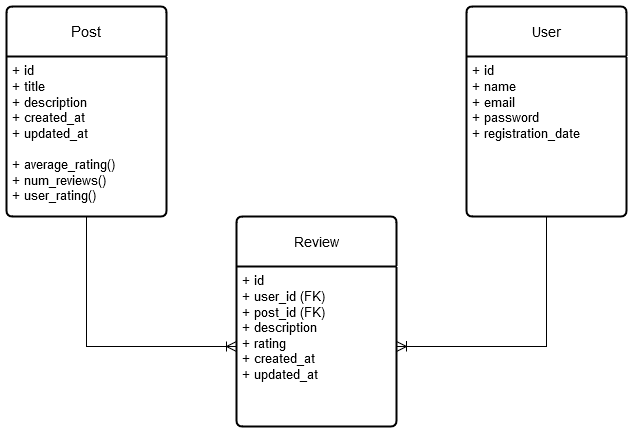
Mohta3b/Commentary-System-using-DRF keeps this draw.io diagram as Documents/pics/model-entity.png. Above is the earlier version. Source tidied: cells renumbered, new cells last; positions are measured from the earlier drawing's top-left corner, leaving out a move shared by most shapes.
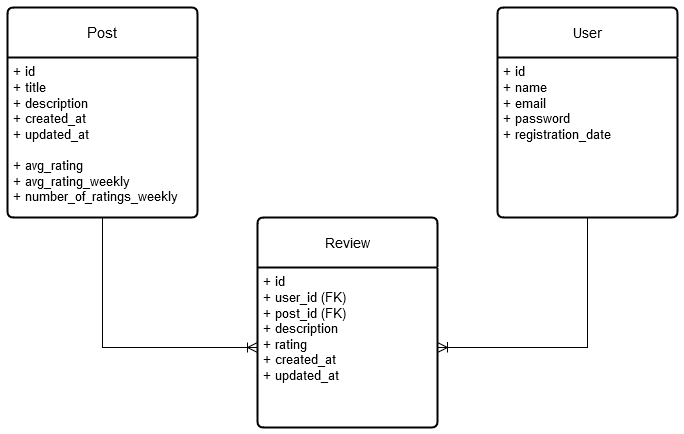
The same file after the commit.

The edit, as a diff of the source:
```diff
@@ -3,22 +3,22 @@
     <mxCell id="0" />
     <mxCell id="1" parent="0" />
     <mxCell id="2" value="&lt;font style=&quot;font-size: 15px;&quot;&gt;Post&lt;/font&gt;" style="swimlane;horizontal=1;startSize=50;rounded=1;fontSize=14;fontStyle=0;strokeWidth=2;shadow=0;dashed=0;align=center;arcSize=4;whiteSpace=wrap;html=1;" parent="1" vertex="1">
-      <mxGeometry width="160" height="210" as="geometry" />
+      <mxGeometry x="-30" width="190" height="210" as="geometry" />
     </mxCell>
-    <mxCell id="3" value="&lt;font style=&quot;font-size: 13px;&quot;&gt;+ id&lt;br&gt;+ title&lt;br&gt;&lt;/font&gt;&lt;div&gt;&lt;font style=&quot;font-size: 13px;&quot;&gt;+ description&lt;/font&gt;&lt;/div&gt;&lt;div&gt;&lt;font style=&quot;font-size: 13px;&quot;&gt;+ created_at&lt;/font&gt;&lt;/div&gt;&lt;div&gt;&lt;font style=&quot;font-size: 13px;&quot;&gt;+ updated_at&lt;/font&gt;&lt;/div&gt;&lt;div&gt;&lt;font style=&quot;font-size: 13px;&quot;&gt;&lt;br&gt;&lt;/font&gt;&lt;/div&gt;&lt;div&gt;&lt;font style=&quot;font-size: 13px;&quot;&gt;+ average_rating()&lt;/font&gt;&lt;/div&gt;&lt;div&gt;&lt;font style=&quot;font-size: 13px;&quot;&gt;+ num_reviews()&lt;/font&gt;&lt;/div&gt;&lt;div&gt;&lt;font style=&quot;font-size: 13px;&quot;&gt;+ user_rating()&lt;br&gt;&lt;/font&gt;&lt;/div&gt;&lt;div&gt;&lt;font style=&quot;font-size: 13px;&quot;&gt;&lt;br&gt;&lt;/font&gt;&lt;/div&gt;" style="align=left;strokeColor=none;fillColor=none;spacingLeft=4;fontSize=12;verticalAlign=top;html=1;" parent="2" vertex="1">
-      <mxGeometry y="50" width="160" height="160" as="geometry" />
+    <mxCell id="3" value="&lt;font style=&quot;font-size: 13px;&quot;&gt;+ id&lt;br&gt;+ title&lt;br&gt;&lt;/font&gt;&lt;div&gt;&lt;font style=&quot;font-size: 13px;&quot;&gt;+ description&lt;/font&gt;&lt;/div&gt;&lt;div&gt;&lt;font style=&quot;font-size: 13px;&quot;&gt;+ created_at&lt;/font&gt;&lt;/div&gt;&lt;div&gt;&lt;font style=&quot;font-size: 13px;&quot;&gt;+ updated_at&lt;/font&gt;&lt;/div&gt;&lt;div&gt;&lt;font style=&quot;font-size: 13px;&quot;&gt;&lt;br&gt;&lt;/font&gt;&lt;/div&gt;&lt;div&gt;&lt;font style=&quot;font-size: 13px;&quot;&gt;+ avg_rating&lt;/font&gt;&lt;/div&gt;&lt;div&gt;&lt;font style=&quot;font-size: 13px;&quot;&gt;+ avg_rating_weekly&lt;/font&gt;&lt;/div&gt;&lt;div&gt;&lt;font style=&quot;font-size: 13px;&quot;&gt;+ number_of_ratings_weekly&lt;br&gt;&lt;/font&gt;&lt;/div&gt;&lt;div&gt;&lt;font style=&quot;font-size: 13px;&quot;&gt;&lt;br&gt;&lt;/font&gt;&lt;/div&gt;" style="align=left;strokeColor=none;fillColor=none;spacingLeft=4;fontSize=12;verticalAlign=top;html=1;" parent="2" vertex="1">
+      <mxGeometry y="50" width="190" height="160" as="geometry" />
     </mxCell>
     <mxCell id="4" value="Review" style="swimlane;horizontal=1;startSize=50;rounded=1;fontSize=14;fontStyle=0;strokeWidth=2;shadow=0;dashed=0;align=center;arcSize=4;whiteSpace=wrap;html=1;" parent="1" vertex="1">
-      <mxGeometry x="230" y="210" width="160" height="210" as="geometry" />
+      <mxGeometry x="220" y="210" width="180" height="210" as="geometry" />
     </mxCell>
     <mxCell id="5" value="&lt;font style=&quot;font-size: 13px;&quot;&gt;+ id&lt;br&gt;+ user_id (FK)&lt;br&gt;&lt;/font&gt;&lt;div&gt;&lt;font style=&quot;font-size: 13px;&quot;&gt;+ post_id (FK)&lt;/font&gt;&lt;/div&gt;&lt;div&gt;&lt;font style=&quot;font-size: 13px;&quot;&gt;+ description&lt;br&gt;&lt;/font&gt;&lt;/div&gt;&lt;div&gt;&lt;font style=&quot;font-size: 13px;&quot;&gt;+ rating&lt;br&gt;&lt;/font&gt;&lt;/div&gt;&lt;div&gt;&lt;font style=&quot;font-size: 13px;&quot;&gt;+ created_at&lt;/font&gt;&lt;/div&gt;&lt;div&gt;&lt;font style=&quot;font-size: 13px;&quot;&gt;+ updated_at&lt;/font&gt;&lt;/div&gt;&lt;div&gt;&lt;font style=&quot;font-size: 13px;&quot;&gt;&lt;br&gt;&lt;/font&gt;&lt;/div&gt;" style="align=left;strokeColor=none;fillColor=none;spacingLeft=4;fontSize=12;verticalAlign=top;html=1;" parent="4" vertex="1">
-      <mxGeometry y="50" width="160" height="160" as="geometry" />
+      <mxGeometry y="50" width="180" height="160" as="geometry" />
     </mxCell>
     <mxCell id="6" value="User" style="swimlane;horizontal=1;startSize=50;rounded=1;fontSize=14;fontStyle=0;strokeWidth=2;shadow=0;dashed=0;align=center;arcSize=4;whiteSpace=wrap;html=1;" parent="1" vertex="1">
-      <mxGeometry x="460" width="160" height="210" as="geometry" />
+      <mxGeometry x="460" width="180" height="210" as="geometry" />
     </mxCell>
     <mxCell id="7" value="&lt;font style=&quot;font-size: 13px;&quot;&gt;+ id&lt;br&gt;&lt;/font&gt;&lt;div&gt;&lt;font style=&quot;font-size: 13px;&quot;&gt;+ name&lt;/font&gt;&lt;/div&gt;&lt;div&gt;&lt;font style=&quot;font-size: 13px;&quot;&gt;+ email&lt;/font&gt;&lt;/div&gt;&lt;div&gt;&lt;font style=&quot;font-size: 13px;&quot;&gt;+ password&lt;/font&gt;&lt;/div&gt;&lt;div&gt;&lt;font style=&quot;font-size: 13px;&quot;&gt;+ registration_date&lt;br&gt;&lt;/font&gt;&lt;/div&gt;&lt;div&gt;&lt;font style=&quot;font-size: 13px;&quot;&gt;&lt;br&gt;&lt;/font&gt;&lt;/div&gt;" style="align=left;strokeColor=none;fillColor=none;spacingLeft=4;fontSize=12;verticalAlign=top;html=1;" parent="6" vertex="1">
-      <mxGeometry y="50" width="160" height="160" as="geometry" />
+      <mxGeometry y="50" width="180" height="160" as="geometry" />
     </mxCell>
     <mxCell id="8" style="edgeStyle=orthogonalEdgeStyle;fontSize=12;html=1;endArrow=ERoneToMany;rounded=0;startSize=8;endSize=8;exitX=0.5;exitY=1;exitDx=0;exitDy=0;entryX=1;entryY=0.5;entryDx=0;entryDy=0;" parent="1" edge="1" source="7" target="5">
       <mxGeometry relative="1" as="geometry" />
```
